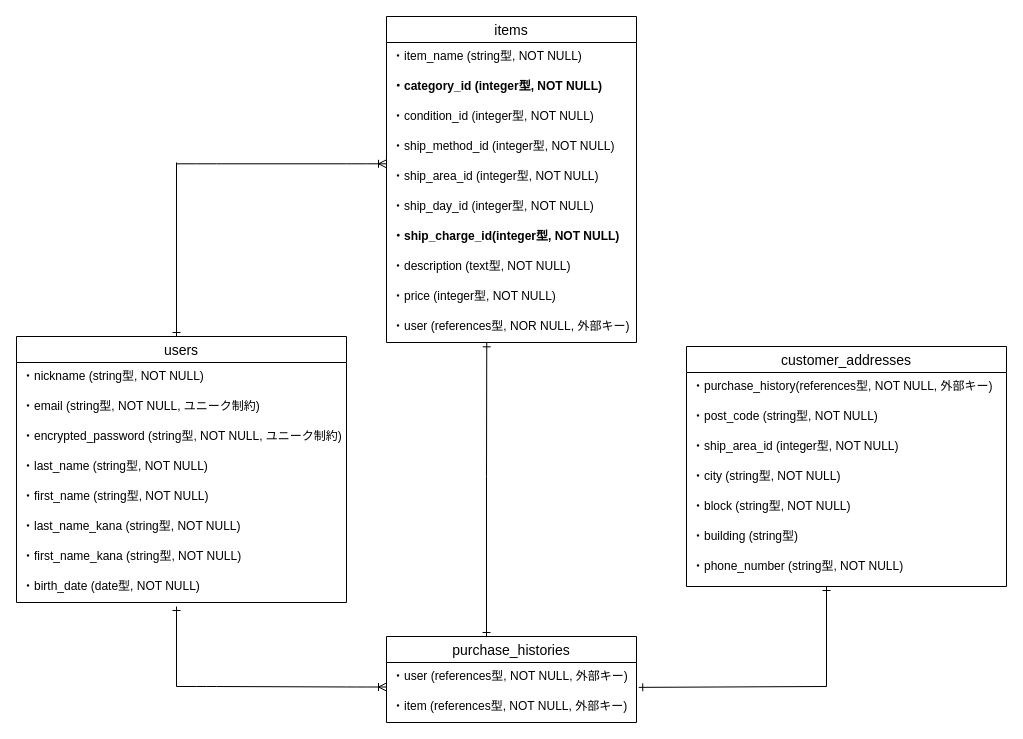
This is furima.dio from sin-bit0731/furima-39482, a draw.io file, before an edit. Source tidied: cells renumbered, new cells numbered last; positions are measured from the earlier drawing's top-left corner, leaving out a move shared by most shapes. Both pictures are drawn from the tidied source at 100%, with x=0, y=0 at pixel (16, 16).
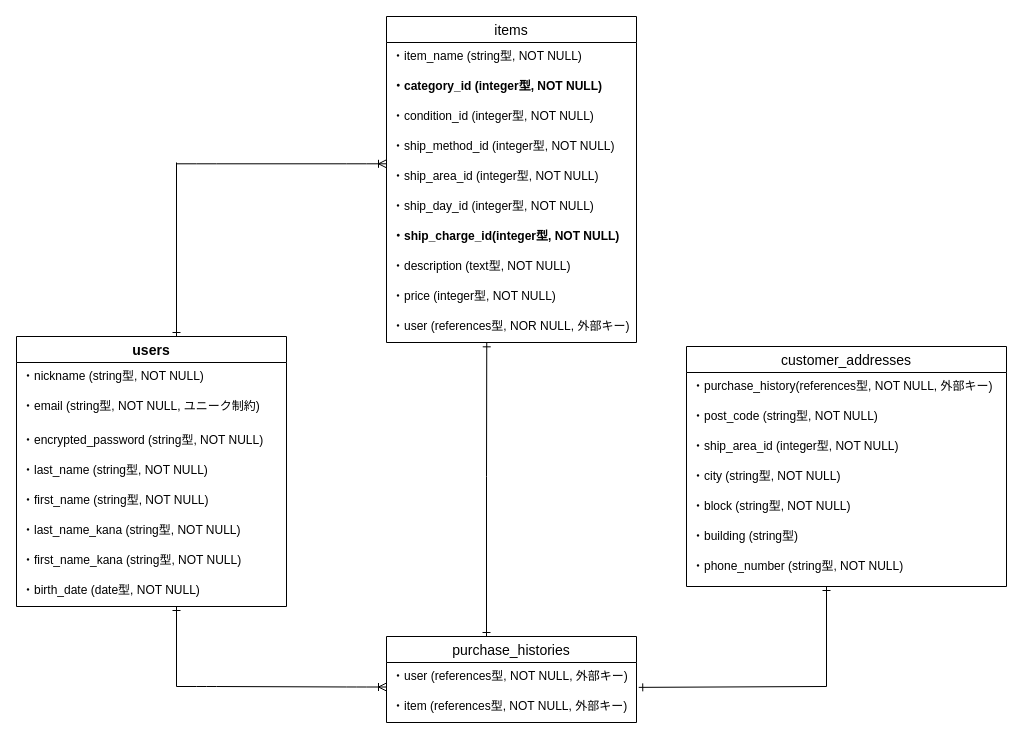
The same diagram, later.

The edit, as a diff of the source:
```diff
@@
-    <mxCell id="2" value="users" style="swimlane;fontStyle=0;horizontal=1;startSize=26;align=center;fontSize=14;" parent="1" vertex="1">
-      <mxGeometry y="320" width="330" height="266" as="geometry" />
+    <mxCell id="2" value="users" style="swimlane;fontStyle=1;horizontal=1;startSize=26;align=center;fontSize=14;" parent="1" vertex="1">
+      <mxGeometry y="320" width="270" height="270" as="geometry" />
     </mxCell>
     <mxCell id="3" value="・nickname (string型, NOT NULL)" style="text;strokeColor=none;fillColor=none;spacingLeft=4;spacingRight=4;overflow=hidden;fontSize=12;" parent="2" vertex="1">
-      <mxGeometry y="26" width="330" height="30" as="geometry" />
+      <mxGeometry y="26" width="270" height="30" as="geometry" />
     </mxCell>
     <mxCell id="4" value="・email (string型, NOT NULL, ユニーク制約)" style="text;strokeColor=none;fillColor=none;spacingLeft=4;spacingRight=4;overflow=hidden;fontSize=12;" parent="2" vertex="1">
-      <mxGeometry y="56" width="330" height="30" as="geometry" />
+      <mxGeometry y="56" width="270" height="34" as="geometry" />
     </mxCell>
-    <mxCell id="5" value="・encrypted_password (string型, NOT NULL, ユニーク制約)" style="text;strokeColor=none;fillColor=none;spacingLeft=4;spacingRight=4;overflow=hidden;fontSize=12;" parent="2" vertex="1">
-      <mxGeometry y="86" width="330" height="30" as="geometry" />
+    <mxCell id="5" value="・encrypted_password (string型, NOT NULL)" style="text;strokeColor=none;fillColor=none;spacingLeft=4;spacingRight=4;overflow=hidden;fontSize=12;" parent="2" vertex="1">
+      <mxGeometry y="90" width="270" height="30" as="geometry" />
     </mxCell>
     <mxCell id="6" value="・last_name (string型, NOT NULL)" style="text;strokeColor=none;fillColor=none;spacingLeft=4;spacingRight=4;overflow=hidden;fontSize=12;" parent="2" vertex="1">
-      <mxGeometry y="116" width="330" height="30" as="geometry" />
+      <mxGeometry y="120" width="270" height="30" as="geometry" />
     </mxCell>
     <mxCell id="7" value="・first_name (string型, NOT NULL)" style="text;strokeColor=none;fillColor=none;spacingLeft=4;spacingRight=4;overflow=hidden;fontSize=12;" parent="2" vertex="1">
-      <mxGeometry y="146" width="330" height="30" as="geometry" />
+      <mxGeometry y="150" width="270" height="30" as="geometry" />
     </mxCell>
     <mxCell id="8" value="・last_name_kana (string型, NOT NULL)" style="text;strokeColor=none;fillColor=none;spacingLeft=4;spacingRight=4;overflow=hidden;fontSize=12;" parent="2" vertex="1">
-      <mxGeometry y="176" width="330" height="30" as="geometry" />
+      <mxGeometry y="180" width="270" height="30" as="geometry" />
     </mxCell>
     <mxCell id="9" value="・first_name_kana (string型, NOT NULL)" style="text;strokeColor=none;fillColor=none;spacingLeft=4;spacingRight=4;overflow=hidden;fontSize=12;" parent="2" vertex="1">
-      <mxGeometry y="206" width="330" height="30" as="geometry" />
+      <mxGeometry y="210" width="270" height="30" as="geometry" />
     </mxCell>
     <mxCell id="10" value="・birth_date (date型, NOT NULL)" style="text;strokeColor=none;fillColor=none;spacingLeft=4;spacingRight=4;overflow=hidden;fontSize=12;" parent="2" vertex="1">
-      <mxGeometry y="236" width="330" height="30" as="geometry" />
+      <mxGeometry y="240" width="270" height="30" as="geometry" />
     </mxCell>
```
